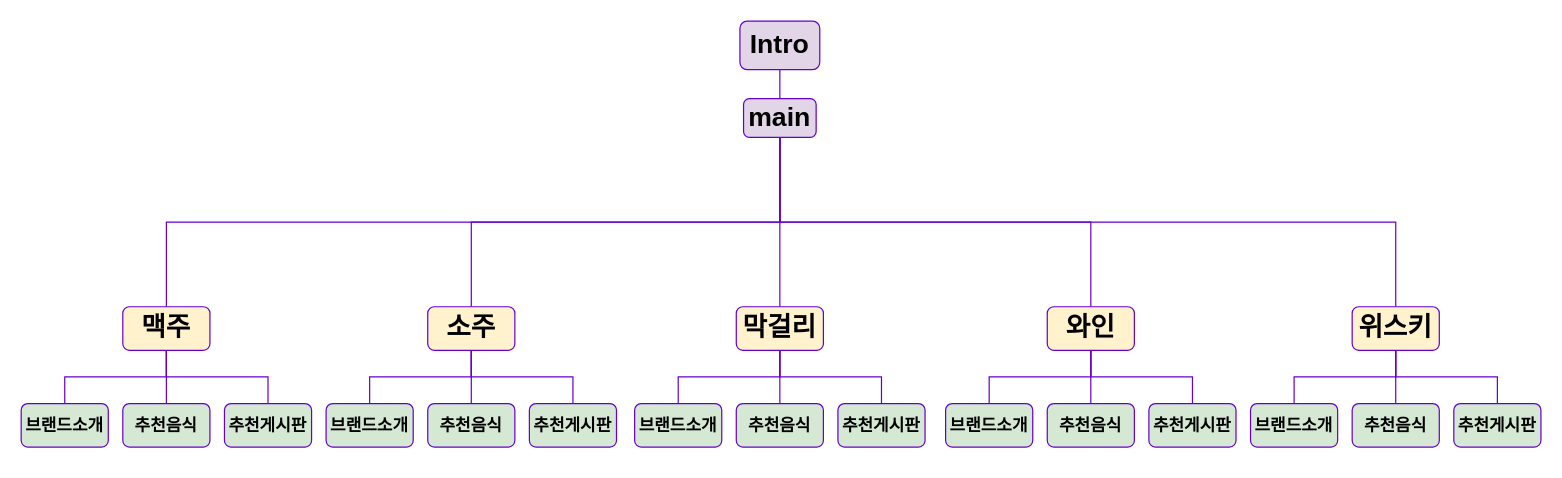
Above: menu.drawio in Rua1006/Mobile (draw.io), before the change. Source tidied: cells renumbered, new cells numbered last; positions are measured from the earlier drawing's top-left corner, leaving out a move shared by most shapes. Both pictures are drawn from the tidied source at 121%, with x=0, y=0 at pixel (21, 21).
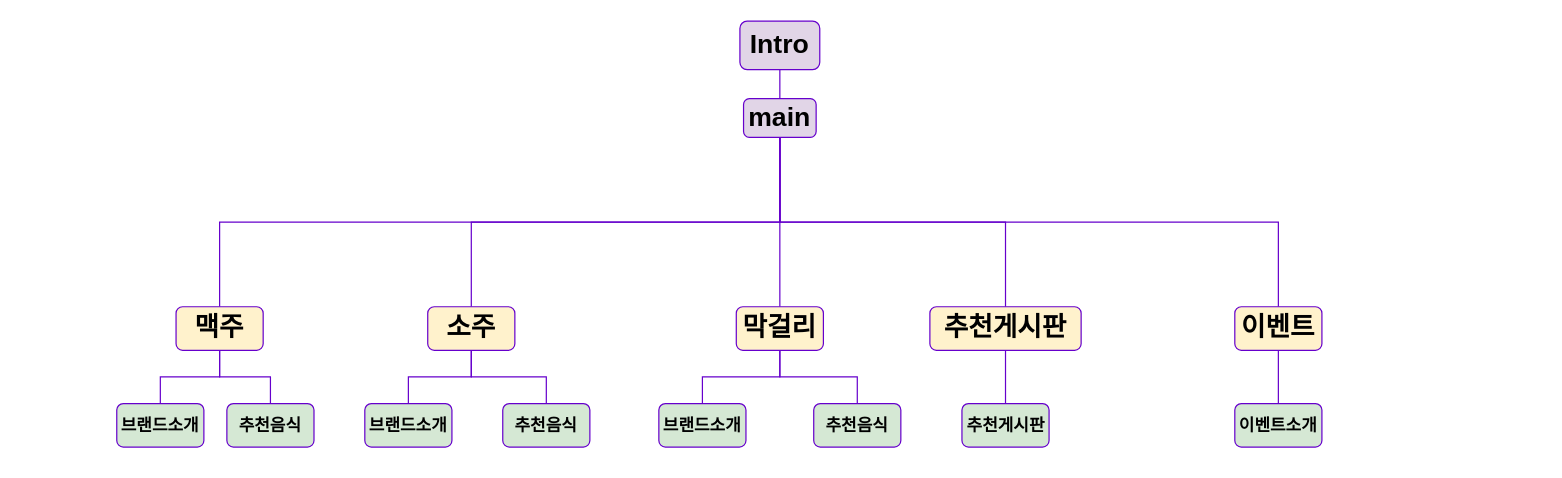
After the change.

Unchanged cells that the change refers to:
```xml
<mxCell id="14" value="소주" style="rounded=1;whiteSpace=wrap;html=1;fillColor=#fff2cc;strokeColor=#6600CC;fontStyle=1;fontSize=22;" parent="1" vertex="1">
  <mxGeometry x="336" y="236" width="72" height="36" as="geometry" />
</mxCell>
<mxCell id="22" value="막걸리" style="rounded=1;whiteSpace=wrap;html=1;fillColor=#fff2cc;strokeColor=#6600CC;fontStyle=1;fontSize=22;" parent="1" vertex="1">
  <mxGeometry x="591" y="236" width="72" height="36" as="geometry" />
</mxCell>
```

Diff of the diagram source:
```diff
@@
     <mxCell id="6" value="맥주" style="rounded=1;whiteSpace=wrap;html=1;fillColor=#fff2cc;strokeColor=#6600CC;fontStyle=1;fontSize=22;" parent="1" vertex="1">
-      <mxGeometry x="84" y="236" width="72" height="36" as="geometry" />
+      <mxGeometry x="128" y="236" width="72" height="36" as="geometry" />
     </mxCell>
@@
     <mxCell id="8" value="브랜드소개" style="rounded=1;whiteSpace=wrap;html=1;fillColor=#d5e8d4;strokeColor=#6600CC;fontStyle=1;fontSize=14;" parent="1" vertex="1">
-      <mxGeometry y="316" width="72" height="36" as="geometry" />
+      <mxGeometry x="79" y="316" width="72" height="36" as="geometry" />
     </mxCell>
@@
     <mxCell id="10" value="추천음식" style="rounded=1;whiteSpace=wrap;html=1;fillColor=#d5e8d4;strokeColor=#6600CC;fontStyle=1;fontSize=14;" parent="1" vertex="1">
-      <mxGeometry x="84" y="316" width="72" height="36" as="geometry" />
+      <mxGeometry x="170" y="316" width="72" height="36" as="geometry" />
     </mxCell>
-    <mxCell id="11" style="edgeStyle=orthogonalEdgeStyle;rounded=0;jettySize=auto;html=1;entryX=0.5;entryY=1;entryDx=0;entryDy=0;exitX=0.5;exitY=0;exitDx=0;exitDy=0;endArrow=none;endFill=0;strokeColor=#6600CC;fontStyle=1;fontSize=14;" parent="1" edge="1" source="12" target="6">
-      <mxGeometry relative="1" as="geometry" />
-    </mxCell>
-    <mxCell id="12" value="추천게시판" style="rounded=1;whiteSpace=wrap;html=1;fillColor=#d5e8d4;strokeColor=#6600CC;fontStyle=1;fontSize=14;" parent="1" vertex="1">
-      <mxGeometry x="168" y="316" width="72" height="36" as="geometry" />
-    </mxCell>
@@
     <mxCell id="16" value="브랜드소개" style="rounded=1;whiteSpace=wrap;html=1;fillColor=#d5e8d4;strokeColor=#6600CC;fontStyle=1;fontSize=14;" parent="1" vertex="1">
-      <mxGeometry x="252" y="316" width="72" height="36" as="geometry" />
+      <mxGeometry x="284" y="316" width="72" height="36" as="geometry" />
     </mxCell>
@@
     <mxCell id="18" value="추천음식" style="rounded=1;whiteSpace=wrap;html=1;fillColor=#d5e8d4;strokeColor=#6600CC;fontStyle=1;fontSize=14;" parent="1" vertex="1">
-      <mxGeometry x="336" y="316" width="72" height="36" as="geometry" />
+      <mxGeometry x="398" y="316" width="72" height="36" as="geometry" />
     </mxCell>
-    <mxCell id="19" style="edgeStyle=orthogonalEdgeStyle;rounded=0;jettySize=auto;html=1;entryX=0.5;entryY=1;entryDx=0;entryDy=0;exitX=0.5;exitY=0;exitDx=0;exitDy=0;endArrow=none;endFill=0;strokeColor=#6600CC;fontStyle=1;fontSize=14;" parent="1" edge="1" source="20" target="14">
-      <mxGeometry relative="1" as="geometry" />
-    </mxCell>
-    <mxCell id="20" value="추천게시판" style="rounded=1;whiteSpace=wrap;html=1;fillColor=#d5e8d4;strokeColor=#6600CC;fontStyle=1;fontSize=14;" parent="1" vertex="1">
-      <mxGeometry x="420" y="316" width="72" height="36" as="geometry" />
-    </mxCell>
@@
     <mxCell id="24" value="브랜드소개" style="rounded=1;whiteSpace=wrap;html=1;fillColor=#d5e8d4;strokeColor=#6600CC;fontStyle=1;fontSize=14;" parent="1" vertex="1">
-      <mxGeometry x="507" y="316" width="72" height="36" as="geometry" />
+      <mxGeometry x="527" y="316" width="72" height="36" as="geometry" />
     </mxCell>
@@
     <mxCell id="26" value="추천음식" style="rounded=1;whiteSpace=wrap;html=1;fillColor=#d5e8d4;strokeColor=#6600CC;fontStyle=1;fontSize=14;" parent="1" vertex="1">
-      <mxGeometry x="591" y="316" width="72" height="36" as="geometry" />
+      <mxGeometry x="655" y="316" width="72" height="36" as="geometry" />
     </mxCell>
-    <mxCell id="27" style="edgeStyle=orthogonalEdgeStyle;rounded=0;jettySize=auto;html=1;entryX=0.5;entryY=1;entryDx=0;entryDy=0;exitX=0.5;exitY=0;exitDx=0;exitDy=0;endArrow=none;endFill=0;strokeColor=#6600CC;fontStyle=1;fontSize=14;" parent="1" edge="1" source="28" target="22">
-      <mxGeometry relative="1" as="geometry" />
-    </mxCell>
-    <mxCell id="28" value="추천게시판" style="rounded=1;whiteSpace=wrap;html=1;fillColor=#d5e8d4;strokeColor=#6600CC;fontStyle=1;fontSize=14;" parent="1" vertex="1">
-      <mxGeometry x="675" y="316" width="72" height="36" as="geometry" />
-    </mxCell>
@@
-    <mxCell id="30" value="와인" style="rounded=1;whiteSpace=wrap;html=1;fillColor=#fff2cc;strokeColor=#6600CC;fontStyle=1;fontSize=22;" parent="1" vertex="1">
-      <mxGeometry x="848" y="236" width="72" height="36" as="geometry" />
+    <mxCell id="30" value="추천게시판" style="rounded=1;whiteSpace=wrap;html=1;fillColor=#fff2cc;strokeColor=#6600CC;fontStyle=1;fontSize=22;" parent="1" vertex="1">
+      <mxGeometry x="751" y="236" width="125" height="36" as="geometry" />
     </mxCell>
-    <mxCell id="31" style="edgeStyle=orthogonalEdgeStyle;rounded=0;jettySize=auto;html=1;entryX=0.5;entryY=1;entryDx=0;entryDy=0;exitX=0.5;exitY=0;exitDx=0;exitDy=0;endArrow=none;endFill=0;strokeColor=#6600CC;fontStyle=1;fontSize=14;" parent="1" edge="1" source="32" target="30">
-      <mxGeometry relative="1" as="geometry" />
-    </mxCell>
-    <mxCell id="32" value="브랜드소개" style="rounded=1;whiteSpace=wrap;html=1;fillColor=#d5e8d4;strokeColor=#6600CC;fontStyle=1;fontSize=14;" parent="1" vertex="1">
-      <mxGeometry x="764" y="316" width="72" height="36" as="geometry" />
-    </mxCell>
-    <mxCell id="33" style="edgeStyle=orthogonalEdgeStyle;rounded=0;jettySize=auto;html=1;exitX=0.5;exitY=0;exitDx=0;exitDy=0;entryX=0.5;entryY=1;entryDx=0;entryDy=0;endArrow=none;endFill=0;strokeColor=#6600CC;fontStyle=1;fontSize=14;" parent="1" edge="1" source="34" target="30">
-      <mxGeometry relative="1" as="geometry" />
-    </mxCell>
-    <mxCell id="34" value="추천음식" style="rounded=1;whiteSpace=wrap;html=1;fillColor=#d5e8d4;strokeColor=#6600CC;fontStyle=1;fontSize=14;" parent="1" vertex="1">
-      <mxGeometry x="848" y="316" width="72" height="36" as="geometry" />
-    </mxCell>
@@
     <mxCell id="36" value="추천게시판" style="rounded=1;whiteSpace=wrap;html=1;fillColor=#d5e8d4;strokeColor=#6600CC;fontStyle=1;fontSize=14;" parent="1" vertex="1">
-      <mxGeometry x="932" y="316" width="72" height="36" as="geometry" />
+      <mxGeometry x="777.5" y="316" width="72" height="36" as="geometry" />
     </mxCell>
@@
-    <mxCell id="38" value="위스키" style="rounded=1;whiteSpace=wrap;html=1;fillColor=#fff2cc;strokeColor=#6600CC;fontStyle=1;fontSize=22;" parent="1" vertex="1">
-      <mxGeometry x="1100" y="236" width="72" height="36" as="geometry" />
+    <mxCell id="38" value="이벤트" style="rounded=1;whiteSpace=wrap;html=1;fillColor=#fff2cc;strokeColor=#6600CC;fontStyle=1;fontSize=22;" parent="1" vertex="1">
+      <mxGeometry x="1003" y="236" width="72" height="36" as="geometry" />
     </mxCell>
-    <mxCell id="39" style="edgeStyle=orthogonalEdgeStyle;rounded=0;jettySize=auto;html=1;entryX=0.5;entryY=1;entryDx=0;entryDy=0;exitX=0.5;exitY=0;exitDx=0;exitDy=0;endArrow=none;endFill=0;strokeColor=#6600CC;fontStyle=1;fontSize=14;" parent="1" edge="1" source="40" target="38">
-      <mxGeometry relative="1" as="geometry" />
-    </mxCell>
-    <mxCell id="40" value="브랜드소개" style="rounded=1;whiteSpace=wrap;html=1;fillColor=#d5e8d4;strokeColor=#6600CC;fontStyle=1;fontSize=14;" parent="1" vertex="1">
-      <mxGeometry x="1016" y="316" width="72" height="36" as="geometry" />
-    </mxCell>
@@
-    <mxCell id="42" value="추천음식" style="rounded=1;whiteSpace=wrap;html=1;fillColor=#d5e8d4;strokeColor=#6600CC;fontStyle=1;fontSize=14;" parent="1" vertex="1">
-      <mxGeometry x="1100" y="316" width="72" height="36" as="geometry" />
+    <mxCell id="42" value="이벤트소개" style="rounded=1;whiteSpace=wrap;html=1;fillColor=#d5e8d4;strokeColor=#6600CC;fontStyle=1;fontSize=14;" parent="1" vertex="1">
+      <mxGeometry x="1003" y="316" width="72" height="36" as="geometry" />
     </mxCell>
-    <mxCell id="43" style="edgeStyle=orthogonalEdgeStyle;rounded=0;jettySize=auto;html=1;entryX=0.5;entryY=1;entryDx=0;entryDy=0;exitX=0.5;exitY=0;exitDx=0;exitDy=0;endArrow=none;endFill=0;strokeColor=#6600CC;fontStyle=1;fontSize=14;" parent="1" edge="1" source="44" target="38">
-      <mxGeometry relative="1" as="geometry" />
-    </mxCell>
-    <mxCell id="44" value="추천게시판" style="rounded=1;whiteSpace=wrap;html=1;fillColor=#d5e8d4;strokeColor=#6600CC;fontStyle=1;fontSize=14;" parent="1" vertex="1">
-      <mxGeometry x="1184" y="316" width="72" height="36" as="geometry" />
-    </mxCell>
+    <mxCell id="45" style="edgeStyle=orthogonalEdgeStyle;rounded=0;orthogonalLoop=1;jettySize=auto;html=1;exitX=0.5;exitY=1;exitDx=0;exitDy=0;" parent="1" edge="1" source="16" target="16">
+      <mxGeometry relative="1" as="geometry" />
+    </mxCell>
```
